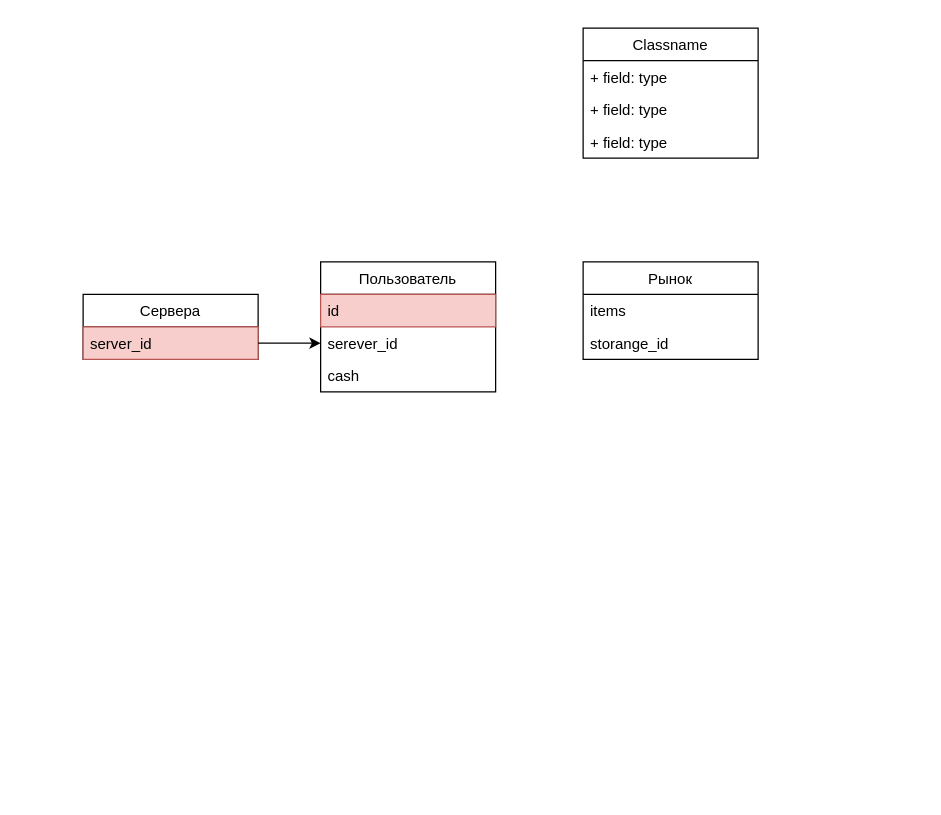
This is Untitled Diagram.drawio from MiKaMoRe/mirfi-bot1, a draw.io file, before an edit. Source tidied: cells renumbered, new cells numbered last; positions are measured from the earlier drawing's top-left corner, leaving out a move shared by most shapes. Both pictures are drawn from the tidied source at 125%, with x=0, y=0 at pixel (82, 28).
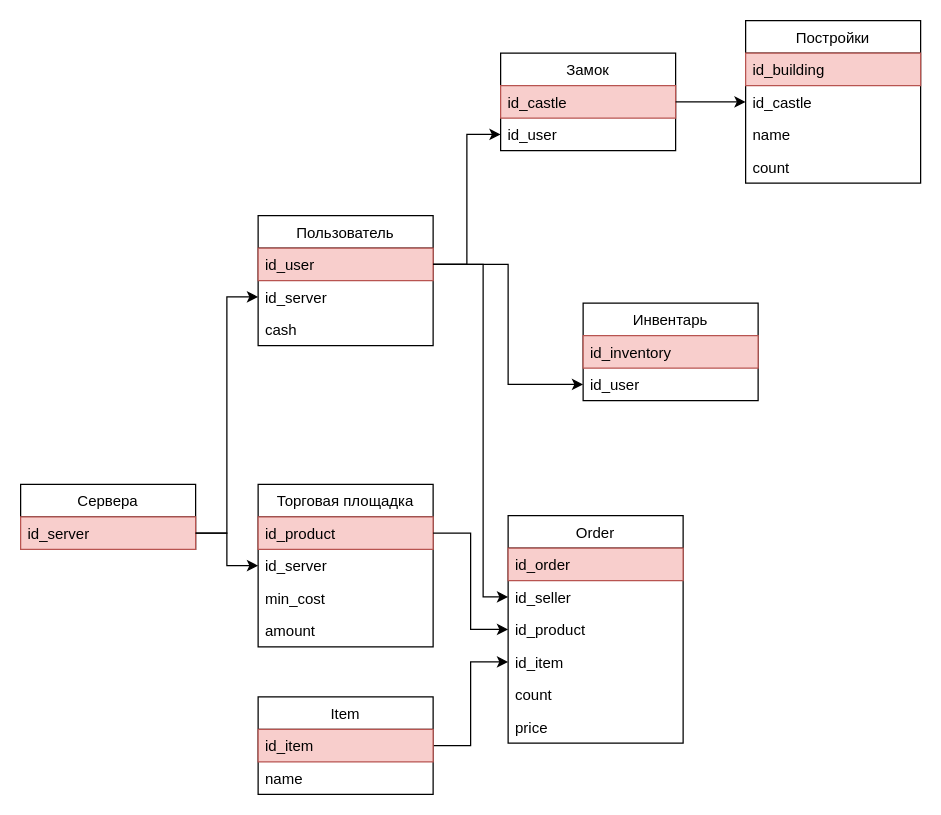
The same diagram, later.

Diff of the diagram source:
```diff
@@
     <mxCell id="2" value="Сервера" style="swimlane;fontStyle=0;horizontal=1;startSize=26;fillColor=none;" parent="1" vertex="1">
-      <mxGeometry y="213" width="140" height="52" as="geometry" />
+      <mxGeometry x="-50" y="365" width="140" height="52" as="geometry" />
     </mxCell>
-    <mxCell id="3" value="server_id" style="text;strokeColor=#b85450;fillColor=#f8cecc;align=left;verticalAlign=top;spacingLeft=4;spacingRight=4;overflow=hidden;points=[[0,0.5],[1,0.5]];portConstraint=eastwest;" parent="2" vertex="1">
+    <mxCell id="3" value="id_server" style="text;strokeColor=#b85450;fillColor=#f8cecc;align=left;verticalAlign=top;spacingLeft=4;spacingRight=4;overflow=hidden;points=[[0,0.5],[1,0.5]];portConstraint=eastwest;" parent="2" vertex="1">
       <mxGeometry y="26" width="140" height="26" as="geometry" />
     </mxCell>
     <mxCell id="4" value="Пользователь" style="swimlane;fontStyle=0;horizontal=1;startSize=26;fillColor=none;" parent="1" vertex="1">
-      <mxGeometry x="190" y="187" width="140" height="104" as="geometry" />
+      <mxGeometry x="140" y="150" width="140" height="104" as="geometry" />
     </mxCell>
-    <mxCell id="5" value="id" style="text;strokeColor=#b85450;fillColor=#f8cecc;align=left;verticalAlign=top;spacingLeft=4;spacingRight=4;overflow=hidden;points=[[0,0.5],[1,0.5]];portConstraint=eastwest;" parent="4" vertex="1">
+    <mxCell id="5" value="id_user" style="text;strokeColor=#b85450;fillColor=#f8cecc;align=left;verticalAlign=top;spacingLeft=4;spacingRight=4;overflow=hidden;points=[[0,0.5],[1,0.5]];portConstraint=eastwest;" parent="4" vertex="1">
       <mxGeometry y="26" width="140" height="26" as="geometry" />
     </mxCell>
-    <mxCell id="6" value="serever_id" style="text;strokeColor=none;fillColor=none;align=left;verticalAlign=top;spacingLeft=4;spacingRight=4;overflow=hidden;points=[[0,0.5],[1,0.5]];portConstraint=eastwest;" parent="4" vertex="1">
+    <mxCell id="6" value="id_server" style="text;strokeColor=none;fillColor=none;align=left;verticalAlign=top;spacingLeft=4;spacingRight=4;overflow=hidden;points=[[0,0.5],[1,0.5]];portConstraint=eastwest;" parent="4" vertex="1">
       <mxGeometry y="52" width="140" height="26" as="geometry" />
     </mxCell>
@@
-    <mxCell id="9" value="Рынок" style="swimlane;fontStyle=0;horizontal=1;startSize=26;fillColor=none;" parent="1" vertex="1">
-      <mxGeometry x="400" y="187" width="140" height="78" as="geometry" />
+    <mxCell id="9" value="Торговая площадка" style="swimlane;fontStyle=0;horizontal=1;startSize=26;fillColor=none;" parent="1" vertex="1">
+      <mxGeometry x="140" y="365" width="140" height="130" as="geometry" />
     </mxCell>
+    <mxCell id="16" value="id_product" style="text;align=left;verticalAlign=top;spacingLeft=4;spacingRight=4;overflow=hidden;points=[[0,0.5],[1,0.5]];portConstraint=eastwest;fillColor=#f8cecc;strokeColor=#b85450;" parent="9" vertex="1">
+      <mxGeometry y="26" width="140" height="26" as="geometry" />
+    </mxCell>
+    <mxCell id="17" value="id_server" style="text;align=left;verticalAlign=top;spacingLeft=4;spacingRight=4;overflow=hidden;points=[[0,0.5],[1,0.5]];portConstraint=eastwest;" parent="9" vertex="1">
+      <mxGeometry y="52" width="140" height="26" as="geometry" />
+    </mxCell>
+    <mxCell id="18" value="min_cost" style="text;align=left;verticalAlign=top;spacingLeft=4;spacingRight=4;overflow=hidden;" parent="9" vertex="1">
+      <mxGeometry y="78" width="140" height="26" as="geometry" />
+    </mxCell>
+    <mxCell id="19" value="amount" style="text;align=left;verticalAlign=top;spacingLeft=4;spacingRight=4;overflow=hidden;" parent="9" vertex="1">
+      <mxGeometry y="104" width="140" height="26" as="geometry" />
+    </mxCell>
+    <mxCell id="20" value="Замок" style="swimlane;fontStyle=0;horizontal=1;startSize=26;fillColor=none;" parent="1" vertex="1">
+      <mxGeometry x="334" y="20" width="140" height="78" as="geometry" />
+    </mxCell>
+    <mxCell id="21" value="id_castle" style="text;align=left;verticalAlign=top;spacingLeft=4;spacingRight=4;overflow=hidden;points=[[0,0.5],[1,0.5]];portConstraint=eastwest;fillColor=#f8cecc;strokeColor=#b85450;" parent="20" vertex="1">
+      <mxGeometry y="26" width="140" height="26" as="geometry" />
+    </mxCell>
+    <mxCell id="22" value="id_user" style="text;align=left;verticalAlign=top;spacingLeft=4;spacingRight=4;overflow=hidden;points=[[0,0.5],[1,0.5]];portConstraint=eastwest;" parent="20" vertex="1">
+      <mxGeometry y="52" width="140" height="26" as="geometry" />
+    </mxCell>
+    <mxCell id="23" style="edgeStyle=orthogonalEdgeStyle;rounded=0;jettySize=auto;html=1;exitX=1;exitY=0.5;exitDx=0;exitDy=0;" parent="1" edge="1" source="5" target="22">
+      <mxGeometry relative="1" as="geometry" />
+    </mxCell>
+    <mxCell id="24" style="edgeStyle=orthogonalEdgeStyle;rounded=0;jettySize=auto;html=1;exitX=1;exitY=0.5;exitDx=0;exitDy=0;entryX=0;entryY=0.5;entryDx=0;entryDy=0;" parent="1" edge="1" source="25" target="10">
+      <mxGeometry relative="1" as="geometry" />
+    </mxCell>
+    <mxCell id="25" value="Item" style="swimlane;fontStyle=0;horizontal=1;startSize=26;fillColor=none;" parent="1" vertex="1">
+      <mxGeometry x="140" y="535" width="140" height="78" as="geometry" />
+    </mxCell>
+    <mxCell id="26" value="id_item" style="text;align=left;verticalAlign=top;spacingLeft=4;spacingRight=4;overflow=hidden;fillColor=#f8cecc;strokeColor=#b85450;" parent="25" vertex="1">
+      <mxGeometry y="26" width="140" height="26" as="geometry" />
+    </mxCell>
+    <mxCell id="27" style="edgeStyle=orthogonalEdgeStyle;rounded=0;orthogonalLoop=1;jettySize=auto;html=1;exitX=1;exitY=0.5;exitDx=0;exitDy=0;" parent="25" edge="1" source="28" target="28">
+      <mxGeometry relative="1" as="geometry" />
+    </mxCell>
+    <mxCell id="28" value="name" style="text;align=left;verticalAlign=top;spacingLeft=4;spacingRight=4;overflow=hidden;points=[[0,0.5],[1,0.5]];portConstraint=eastwest;" parent="25" vertex="1">
+      <mxGeometry y="52" width="140" height="26" as="geometry" />
+    </mxCell>
+    <mxCell id="29" value="Order" style="swimlane;fontStyle=0;horizontal=1;startSize=26;fillColor=none;" parent="1" vertex="1">
+      <mxGeometry x="340" y="390" width="140" height="182" as="geometry" />
+    </mxCell>
+    <mxCell id="30" value="id_order" style="text;align=left;verticalAlign=top;spacingLeft=4;spacingRight=4;overflow=hidden;fillColor=#f8cecc;strokeColor=#b85450;" parent="29" vertex="1">
+      <mxGeometry y="26" width="140" height="26" as="geometry" />
+    </mxCell>
+    <mxCell id="31" value="id_seller" style="text;align=left;verticalAlign=top;spacingLeft=4;spacingRight=4;overflow=hidden;points=[[0,0.5],[1,0.5]];portConstraint=eastwest;" parent="29" vertex="1">
+      <mxGeometry y="52" width="140" height="26" as="geometry" />
+    </mxCell>
+    <mxCell id="32" value="id_product" style="text;align=left;verticalAlign=top;spacingLeft=4;spacingRight=4;overflow=hidden;points=[[0,0.5],[1,0.5]];portConstraint=eastwest;" parent="29" vertex="1">
+      <mxGeometry y="78" width="140" height="26" as="geometry" />
+    </mxCell>
+    <mxCell id="33" style="edgeStyle=orthogonalEdgeStyle;rounded=0;orthogonalLoop=1;jettySize=auto;html=1;exitX=1;exitY=0.5;exitDx=0;exitDy=0;" parent="29" edge="1">
+      <mxGeometry relative="1" as="geometry">
+        <mxPoint x="140" y="91" as="sourcePoint" />
+        <mxPoint x="140" y="91" as="targetPoint" />
+      </mxGeometry>
+    </mxCell>
+    <mxCell id="34" style="edgeStyle=orthogonalEdgeStyle;rounded=0;orthogonalLoop=1;jettySize=auto;html=1;exitX=1;exitY=0.5;exitDx=0;exitDy=0;" parent="29" edge="1" source="10" target="10">
+      <mxGeometry relative="1" as="geometry" />
+    </mxCell>
-    <mxCell id="10" value="items" style="text;strokeColor=none;fillColor=none;align=left;verticalAlign=top;spacingLeft=4;spacingRight=4;overflow=hidden;points=[[0,0.5],[1,0.5]];portConstraint=eastwest;" parent="9" vertex="1">
-      <mxGeometry y="26" width="140" height="26" as="geometry" />
+    <mxCell id="10" value="id_item" style="text;align=left;verticalAlign=top;spacingLeft=4;spacingRight=4;overflow=hidden;points=[[0,0.5],[1,0.5]];portConstraint=eastwest;" parent="29" vertex="1">
+      <mxGeometry y="104" width="140" height="26" as="geometry" />
     </mxCell>
-    <mxCell id="11" value="storange_id" style="text;strokeColor=none;fillColor=none;align=left;verticalAlign=top;spacingLeft=4;spacingRight=4;overflow=hidden;" parent="9" vertex="1">
-      <mxGeometry y="52" width="140" height="26" as="geometry" />
-    </mxCell>
-    <mxCell id="12" value="Classname" style="swimlane;fontStyle=0;horizontal=1;startSize=26;fillColor=none;" parent="1" vertex="1">
-      <mxGeometry x="400" width="140" height="104" as="geometry" />
-    </mxCell>
-    <mxCell id="13" value="+ field: type" style="text;strokeColor=none;fillColor=none;align=left;verticalAlign=top;spacingLeft=4;spacingRight=4;overflow=hidden;" parent="12" vertex="1">
-      <mxGeometry y="26" width="140" height="26" as="geometry" />
-    </mxCell>
-    <mxCell id="14" value="+ field: type" style="text;strokeColor=none;fillColor=none;align=left;verticalAlign=top;spacingLeft=4;spacingRight=4;overflow=hidden;" parent="12" vertex="1">
-      <mxGeometry y="52" width="140" height="26" as="geometry" />
-    </mxCell>
-    <mxCell id="15" value="+ field: type" style="text;strokeColor=none;fillColor=none;align=left;verticalAlign=top;spacingLeft=4;spacingRight=4;overflow=hidden;" parent="12" vertex="1">
-      <mxGeometry y="78" width="140" height="26" as="geometry" />
-    </mxCell>
+    <mxCell id="35" value="count" style="text;align=left;verticalAlign=top;spacingLeft=4;spacingRight=4;overflow=hidden;" parent="29" vertex="1">
+      <mxGeometry y="130" width="140" height="26" as="geometry" />
+    </mxCell>
+    <mxCell id="36" value="price" style="text;align=left;verticalAlign=top;spacingLeft=4;spacingRight=4;overflow=hidden;" parent="29" vertex="1">
+      <mxGeometry y="156" width="140" height="26" as="geometry" />
+    </mxCell>
+    <mxCell id="37" style="edgeStyle=orthogonalEdgeStyle;rounded=0;jettySize=auto;html=1;exitX=1;exitY=0.5;exitDx=0;exitDy=0;entryX=0;entryY=0.5;entryDx=0;entryDy=0;" parent="1" edge="1" source="16" target="32">
+      <mxGeometry relative="1" as="geometry" />
+    </mxCell>
+    <mxCell id="38" style="edgeStyle=orthogonalEdgeStyle;rounded=0;jettySize=auto;html=1;exitX=1;exitY=0.5;exitDx=0;exitDy=0;entryX=0;entryY=0.5;entryDx=0;entryDy=0;" parent="1" edge="1" source="3" target="17">
+      <mxGeometry relative="1" as="geometry" />
+    </mxCell>
+    <mxCell id="39" style="edgeStyle=orthogonalEdgeStyle;rounded=0;jettySize=auto;html=1;exitX=1;exitY=0.5;exitDx=0;exitDy=0;entryX=0;entryY=0.5;entryDx=0;entryDy=0;" parent="1" edge="1" source="5" target="31">
+      <mxGeometry relative="1" as="geometry">
+        <Array as="points">
+          <mxPoint x="320" y="189" />
+          <mxPoint x="320" y="455" />
+        </Array>
+      </mxGeometry>
+    </mxCell>
+    <mxCell id="40" value="Постройки" style="swimlane;fontStyle=0;horizontal=1;startSize=26;fillColor=none;" parent="1" vertex="1">
+      <mxGeometry x="530" y="-6" width="140" height="130" as="geometry" />
+    </mxCell>
+    <mxCell id="41" value="id_building" style="text;strokeColor=#b85450;fillColor=#f8cecc;align=left;verticalAlign=top;spacingLeft=4;spacingRight=4;overflow=hidden;" parent="40" vertex="1">
+      <mxGeometry y="26" width="140" height="26" as="geometry" />
+    </mxCell>
+    <mxCell id="42" value="id_castle" style="text;strokeColor=none;fillColor=none;align=left;verticalAlign=top;spacingLeft=4;spacingRight=4;overflow=hidden;points=[[0,0.5],[1,0.5]];portConstraint=eastwest;" parent="40" vertex="1">
+      <mxGeometry y="52" width="140" height="26" as="geometry" />
+    </mxCell>
+    <mxCell id="43" value="name" style="text;strokeColor=none;fillColor=none;align=left;verticalAlign=top;spacingLeft=4;spacingRight=4;overflow=hidden;" parent="40" vertex="1">
+      <mxGeometry y="78" width="140" height="26" as="geometry" />
+    </mxCell>
+    <mxCell id="44" value="count" style="text;strokeColor=none;fillColor=none;align=left;verticalAlign=top;spacingLeft=4;spacingRight=4;overflow=hidden;" parent="40" vertex="1">
+      <mxGeometry y="104" width="140" height="26" as="geometry" />
+    </mxCell>
+    <mxCell id="45" style="edgeStyle=orthogonalEdgeStyle;rounded=0;jettySize=auto;html=1;exitX=1;exitY=0.5;exitDx=0;exitDy=0;entryX=0;entryY=0.5;entryDx=0;entryDy=0;" parent="1" edge="1" source="21" target="42">
+      <mxGeometry relative="1" as="geometry" />
+    </mxCell>
+    <mxCell id="46" value="Инвентарь" style="swimlane;fontStyle=0;horizontal=1;startSize=26;fillColor=none;" parent="1" vertex="1">
+      <mxGeometry x="400" y="220" width="140" height="78" as="geometry" />
+    </mxCell>
+    <mxCell id="47" value="id_inventory" style="text;align=left;verticalAlign=top;spacingLeft=4;spacingRight=4;overflow=hidden;fillColor=#f8cecc;strokeColor=#b85450;" parent="46" vertex="1">
+      <mxGeometry y="26" width="140" height="26" as="geometry" />
+    </mxCell>
+    <mxCell id="48" value="id_user" style="text;align=left;verticalAlign=top;spacingLeft=4;spacingRight=4;overflow=hidden;points=[[0,0.5],[1,0.5]];portConstraint=eastwest;" parent="46" vertex="1">
+      <mxGeometry y="52" width="140" height="26" as="geometry" />
+    </mxCell>
+    <mxCell id="49" style="edgeStyle=orthogonalEdgeStyle;rounded=0;jettySize=auto;html=1;exitX=1;exitY=0.5;exitDx=0;exitDy=0;entryX=0;entryY=0.5;entryDx=0;entryDy=0;" parent="1" edge="1" source="5" target="48">
+      <mxGeometry relative="1" as="geometry" />
+    </mxCell>
```
